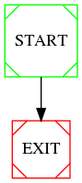
Before: destructed_phi_node_wala_graph.dot.png, a diagram exported from Graphviz (NabeelQaiser/BTP_2k18-19). Its source is kept beside it as destructed_phi_node_wala_graph.dot. Its diagram source:
```dot
digraph G {


	0[ label=""  ] ;


	0[ label="START", shape=Msquare, color=green ] ;
	0 -> EXIT ;EXIT[ shape=Msquare, color=red ] ;

}
```
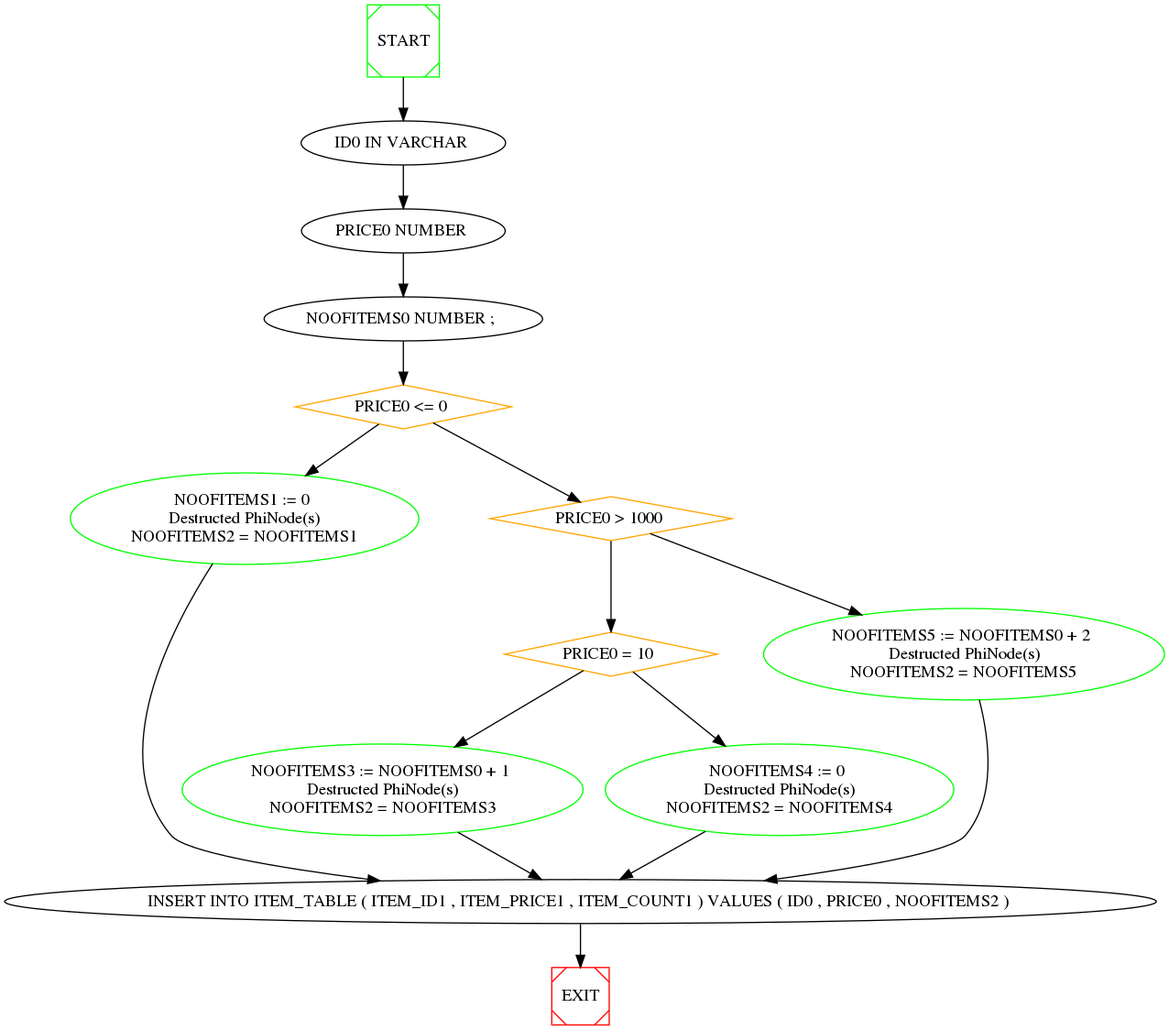
After the commit.

Diff of the diagram source:
```diff
@@ -3,8 +3,55 @@
 
 	0[ label=""  ] ;
 
+	0 -> 1 ;
+
+	1[ label="ID0 IN VARCHAR "  ] ;
+
+	1 -> 2 ;
+
+	2[ label="PRICE0 NUMBER "  ] ;
+
+	2 -> 3 ;
+
+	3[ label="NOOFITEMS0 NUMBER ; "  ] ;
+
+	3 -> 4 ;
+
+	4[ label="PRICE0 <= 0 " , color=orange, shape=diamond ] ;
+
+	4 -> 5 ;
+	4 -> 6 ;
+
+	5[ label="NOOFITEMS1 := 0 \nDestructed PhiNode(s)\nNOOFITEMS2 = NOOFITEMS1" , color=green ] ;
+
+	5 -> 11 ;
+
+	6[ label="PRICE0 > 1000 " , color=orange, shape=diamond ] ;
+
+	6 -> 8 ;
+	6 -> 7 ;
+
+	7[ label="NOOFITEMS5 := NOOFITEMS0 + 2 \nDestructed PhiNode(s)\nNOOFITEMS2 = NOOFITEMS5" , color=green ] ;
+
+	7 -> 11 ;
+
+	8[ label="PRICE0 = 10 " , color=orange, shape=diamond ] ;
+
+	8 -> 9 ;
+	8 -> 10 ;
+
+	9[ label="NOOFITEMS3 := NOOFITEMS0 + 1 \nDestructed PhiNode(s)\nNOOFITEMS2 = NOOFITEMS3" , color=green ] ;
+
+	9 -> 11 ;
+
+	10[ label="NOOFITEMS4 := 0 \nDestructed PhiNode(s)\nNOOFITEMS2 = NOOFITEMS4" , color=green ] ;
+
+	10 -> 11 ;
+
+	11[ label="INSERT INTO ITEM_TABLE ( ITEM_ID1 , ITEM_PRICE1 , ITEM_COUNT1 ) VALUES ( ID0 , PRICE0 , NOOFITEMS2 ) "  ] ;
+
 
 	0[ label="START", shape=Msquare, color=green ] ;
-	0 -> EXIT ;EXIT[ shape=Msquare, color=red ] ;
+	11 -> EXIT ;EXIT[ shape=Msquare, color=red ] ;
 
 }
```
